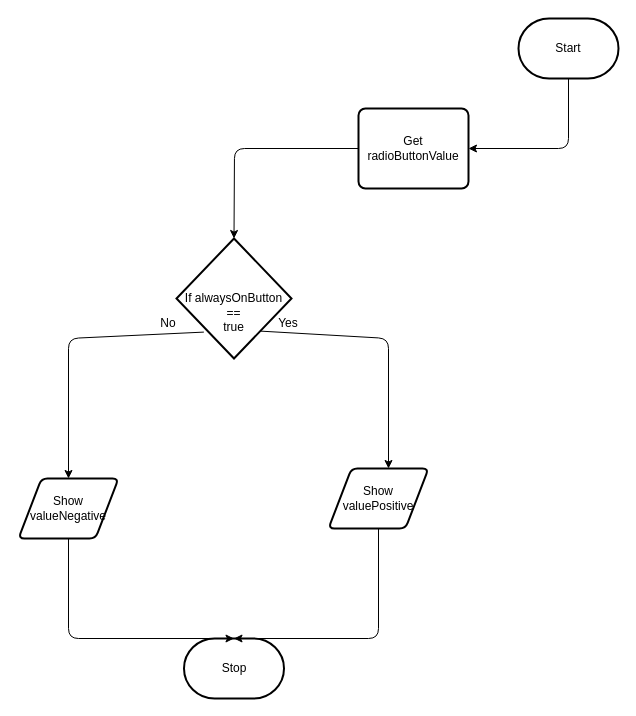
Earlier version of the draw.io diagram design/flowchart.drawio (MTHS-ICS2O-2-2022/ICS2O-Unit-5-02-Mariam-Kasim). Source tidied: cells renumbered, new cells numbered last; positions are measured from the earlier drawing's top-left corner, leaving out a move shared by most shapes. Both pictures are drawn from the tidied source at 100%, with x=0, y=0 at pixel (18, 18).
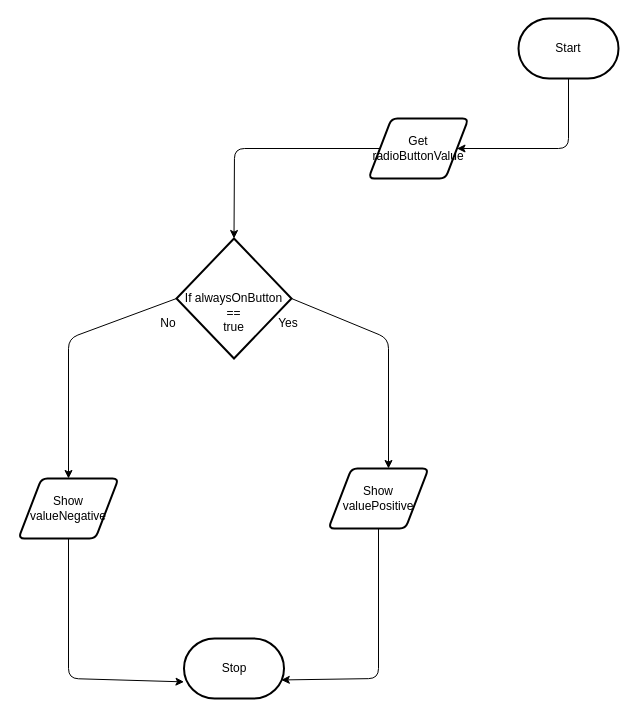
The same diagram, later.

The change refers to these unchanged cells:
```xml
<mxCell id="4" value="Stop" style="strokeWidth=2;html=1;shape=mxgraph.flowchart.terminator;whiteSpace=wrap;" parent="1" vertex="1">
  <mxGeometry x="165.5" y="620" width="100" height="60" as="geometry" />
</mxCell>
<mxCell id="9" value="&lt;br&gt;&lt;br&gt;If alwaysOnButton&lt;br&gt;==&lt;br&gt;true" style="strokeWidth=2;html=1;shape=mxgraph.flowchart.decision;whiteSpace=wrap;" parent="1" vertex="1">
  <mxGeometry x="158" y="220" width="115" height="120" as="geometry" />
</mxCell>
<mxCell id="10" value="Yes" style="text;strokeColor=none;align=center;fillColor=none;html=1;verticalAlign=middle;whiteSpace=wrap;rounded=0;" parent="1" vertex="1">
  <mxGeometry x="240" y="290" width="60" height="30" as="geometry" />
</mxCell>
<mxCell id="12" value="Show valuePositive" style="shape=parallelogram;html=1;strokeWidth=2;perimeter=parallelogramPerimeter;whiteSpace=wrap;rounded=1;arcSize=12;size=0.23;" parent="1" vertex="1">
  <mxGeometry x="310" y="450" width="100" height="60" as="geometry" />
</mxCell>
<mxCell id="15" value="Show valueNegative" style="shape=parallelogram;html=1;strokeWidth=2;perimeter=parallelogramPerimeter;whiteSpace=wrap;rounded=1;arcSize=12;size=0.23;" parent="1" vertex="1">
  <mxGeometry y="460" width="100" height="60" as="geometry" />
</mxCell>
```

Diff of the diagram source:
```diff
@@
-    <mxCell id="5" style="edgeStyle=none;html=1;entryX=0.5;entryY=0;entryDx=0;entryDy=0;entryPerimeter=0;" parent="1" edge="1" source="6" target="9">
+    <mxCell id="5" style="edgeStyle=none;html=1;entryX=0.5;entryY=0;entryDx=0;entryDy=0;entryPerimeter=0;exitX=0;exitY=0.5;exitDx=0;exitDy=0;" parent="1" edge="1" source="6" target="9">
       <mxGeometry relative="1" as="geometry">
         <Array as="points">
           <mxPoint x="216" y="130" />
         </Array>
       </mxGeometry>
     </mxCell>
-    <mxCell id="6" value="Get radioButtonValue" style="rounded=1;whiteSpace=wrap;html=1;absoluteArcSize=1;arcSize=14;strokeWidth=2;" parent="1" vertex="1">
-      <mxGeometry x="340" y="90" width="110" height="80" as="geometry" />
-    </mxCell>
-    <mxCell id="7" style="edgeStyle=none;html=1;entryX=0.6;entryY=0;entryDx=0;entryDy=0;entryPerimeter=0;exitX=0;exitY=0.75;exitDx=0;exitDy=0;" parent="1" edge="1" source="10" target="12">
+    <mxCell id="7" style="edgeStyle=none;html=1;entryX=0.6;entryY=0;entryDx=0;entryDy=0;entryPerimeter=0;exitX=1;exitY=0.5;exitDx=0;exitDy=0;exitPerimeter=0;" parent="1" edge="1" source="9" target="12">
       <mxGeometry relative="1" as="geometry">
         <Array as="points">
           <mxPoint x="370" y="320" />
         </Array>
       </mxGeometry>
     </mxCell>
-    <mxCell id="8" style="edgeStyle=none;html=1;exitX=0.238;exitY=0.78;exitDx=0;exitDy=0;exitPerimeter=0;" parent="1" edge="1" source="9">
+    <mxCell id="8" style="edgeStyle=none;html=1;exitX=0;exitY=0.5;exitDx=0;exitDy=0;exitPerimeter=0;" parent="1" edge="1" source="9">
       <mxGeometry relative="1" as="geometry">
         <mxPoint x="50" y="460" as="targetPoint" />
         <Array as="points">
           <mxPoint x="50" y="320" />
         </Array>
       </mxGeometry>
     </mxCell>
@@
-    <mxCell id="11" style="edgeStyle=none;html=1;entryX=0.5;entryY=0;entryDx=0;entryDy=0;entryPerimeter=0;" parent="1" edge="1" source="12" target="4">
+    <mxCell id="11" style="edgeStyle=none;html=1;entryX=0.973;entryY=0.691;entryDx=0;entryDy=0;entryPerimeter=0;" parent="1" edge="1" source="12" target="4">
       <mxGeometry relative="1" as="geometry">
         <Array as="points">
-          <mxPoint x="360" y="620" />
+          <mxPoint x="360" y="660" />
         </Array>
       </mxGeometry>
     </mxCell>
@@
-    <mxCell id="14" style="edgeStyle=none;html=1;entryX=0.5;entryY=0;entryDx=0;entryDy=0;entryPerimeter=0;" parent="1" edge="1" source="15" target="4">
+    <mxCell id="14" style="edgeStyle=none;html=1;entryX=0;entryY=0.723;entryDx=0;entryDy=0;entryPerimeter=0;" parent="1" edge="1" source="15" target="4">
       <mxGeometry relative="1" as="geometry">
         <Array as="points">
-          <mxPoint x="50" y="620" />
+          <mxPoint x="50" y="660" />
         </Array>
       </mxGeometry>
     </mxCell>
@@
+    <mxCell id="6" value="Get radioButtonValue" style="shape=parallelogram;html=1;strokeWidth=2;perimeter=parallelogramPerimeter;whiteSpace=wrap;rounded=1;arcSize=12;size=0.23;" parent="1" vertex="1">
+      <mxGeometry x="350" y="100" width="100" height="60" as="geometry" />
+    </mxCell>
```
